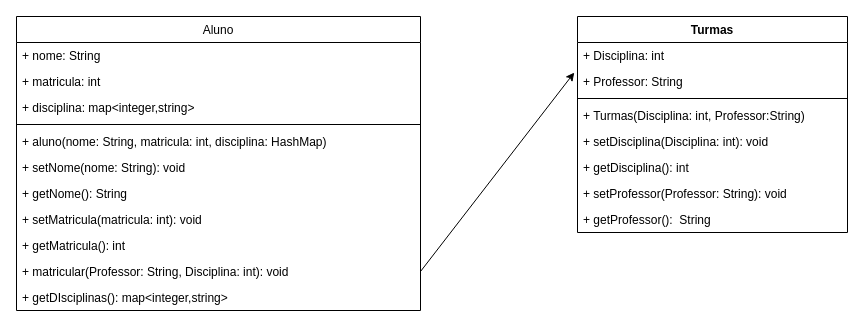
Earlier version of the draw.io diagram Exercicios/src/aula6/Aluno_UNB/aluno.drawio (EngDann/Orienta-o-a-Objetos---JAVA). Source tidied: cells renumbered, new cells numbered last; positions are measured from the earlier drawing's top-left corner, leaving out a move shared by most shapes. Both pictures are drawn from the tidied source at 100%, with x=0, y=0 at pixel (16, 16).
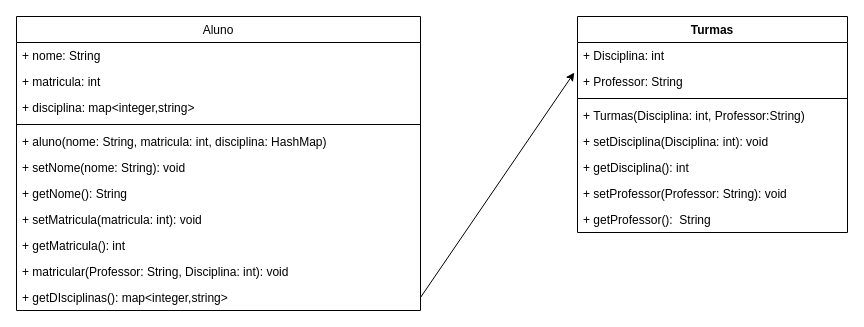
The same page after the edit.

Unchanged cells that the change refers to:
```xml
<mxCell id="12" value="+ matricular(Professor: String, Disciplina: int): void" style="text;strokeColor=none;fillColor=none;align=left;verticalAlign=top;spacingLeft=4;spacingRight=4;overflow=hidden;points=[[0,0.5],[1,0.5]];portConstraint=eastwest;" parent="2" vertex="1">
  <mxGeometry y="242" width="404" height="26" as="geometry" />
</mxCell>
<mxCell id="13" value="+ getDIsciplinas(): map&lt;integer,string&gt;" style="text;strokeColor=none;fillColor=none;align=left;verticalAlign=top;spacingLeft=4;spacingRight=4;overflow=hidden;points=[[0,0.5],[1,0.5]];portConstraint=eastwest;" parent="2" vertex="1">
  <mxGeometry y="268" width="404" height="26" as="geometry" />
</mxCell>
<mxCell id="16" value="+ Professor: String" style="text;strokeColor=none;fillColor=none;align=left;verticalAlign=top;spacingLeft=4;spacingRight=4;overflow=hidden;points=[[0,0.5],[1,0.5]];portConstraint=eastwest;" parent="14" vertex="1">
  <mxGeometry y="52" width="270" height="26" as="geometry" />
</mxCell>
```

Diff of the diagram source:
```diff
@@
-    <mxCell id="23" style="edgeStyle=none;html=1;entryX=-0.012;entryY=0.156;entryDx=0;entryDy=0;exitX=1;exitY=0.5;exitDx=0;exitDy=0;entryPerimeter=0;" parent="1" edge="1" source="12" target="16">
+    <mxCell id="23" style="edgeStyle=none;html=1;entryX=-0.012;entryY=0.156;entryDx=0;entryDy=0;entryPerimeter=0;exitX=1;exitY=0.5;exitDx=0;exitDy=0;" parent="1" edge="1" source="13" target="16">
       <mxGeometry relative="1" as="geometry" />
     </mxCell>
```
